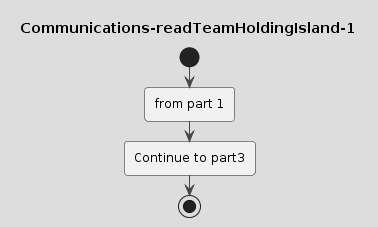
The PlantUML diagram drawings/Communications-readTeamHoldingIsland-1.png in coding-to-music/plantuml-diagram-examples, before a commit.
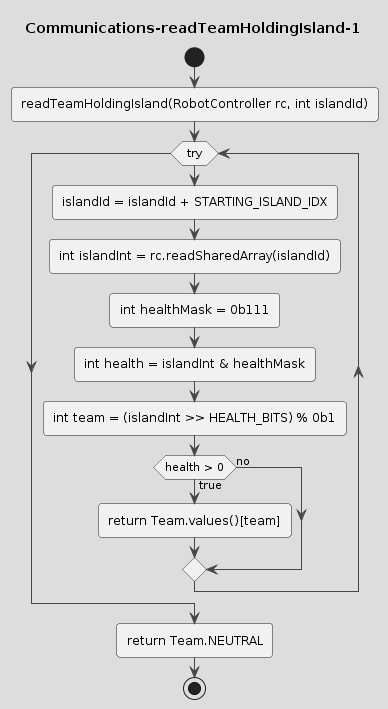
Later version of the same file.

Change to the diagram source:
```diff
@@ -3,12 +3,24 @@
 title Communications-readTeamHoldingIsland-1
 start
 
-:from part 1;
 
 
 
+:readTeamHoldingIsland(RobotController rc, int islandId);
 
+while (try)
+    :islandId = islandId + STARTING_ISLAND_IDX;
+    :int islandInt = rc.readSharedArray(islandId);
+    :int healthMask = 0b111;
+    :int health = islandInt & healthMask;
+    :int team = (islandInt >> HEALTH_BITS) % 0b1;
+    if (health > 0) then (true)
+        :return Team.values()[team];
+    else (no)
+    endif
+endwhile
 
-:Continue to part3;
+:return Team.NEUTRAL;
+
 stop
 @enduml
```
